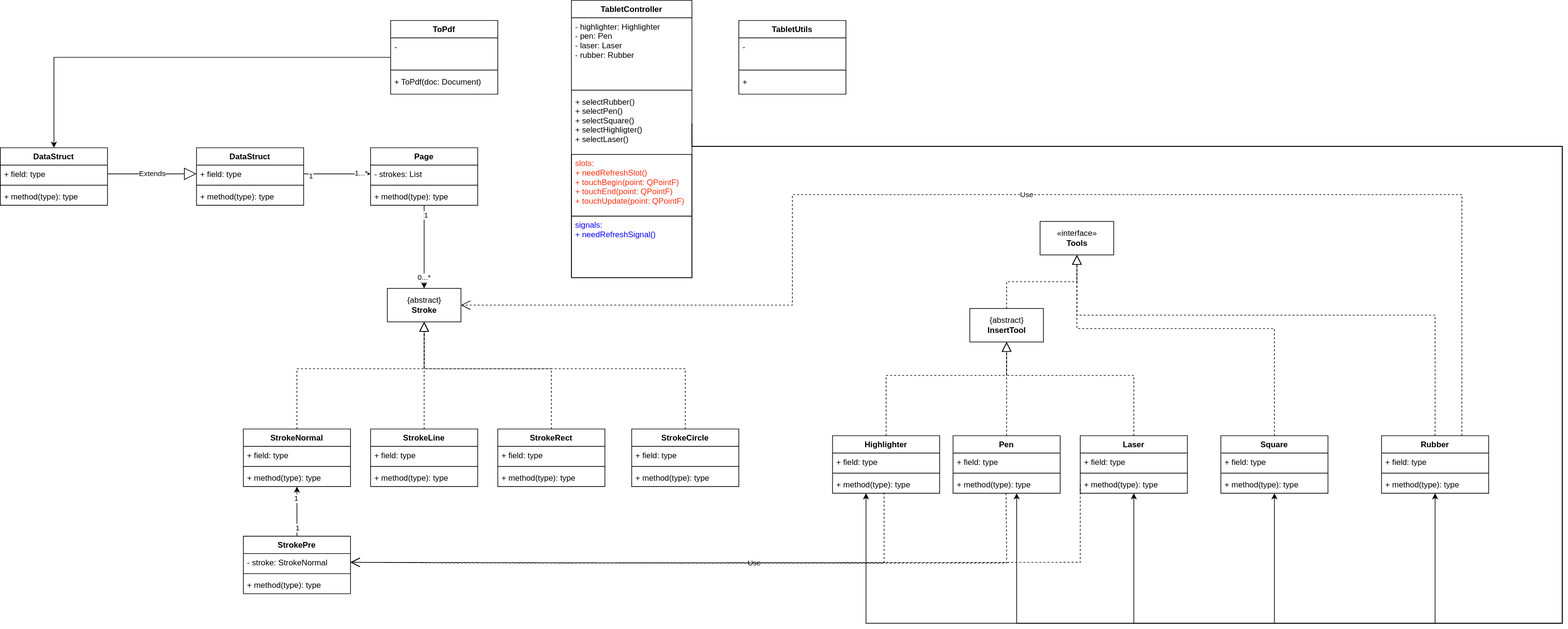
Before: uml/Model.svg, a diagram exported from draw.io (giacomogroppi/ui_qml). Source tidied: cells renumbered, new cells last; positions are measured from the earlier drawing's top-left corner, leaving out a move shared by most shapes.
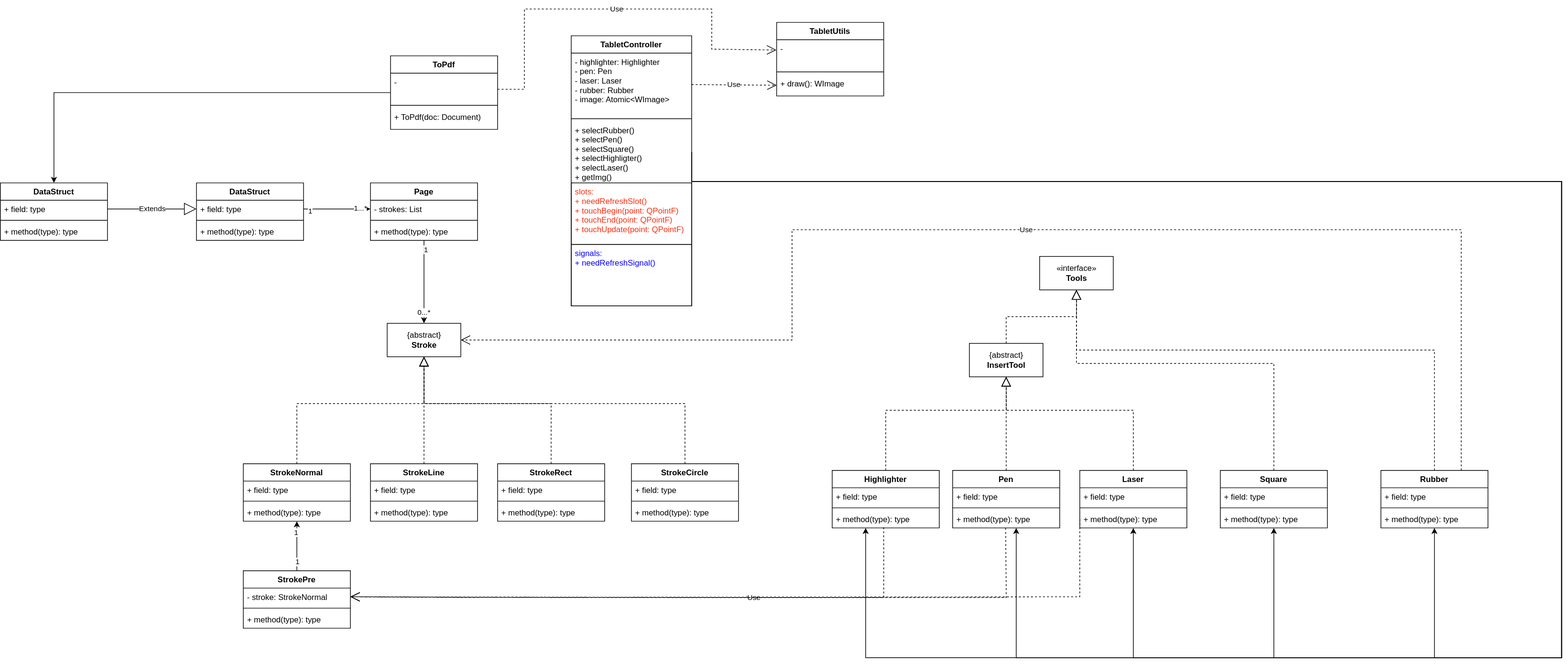
After the change.

Commit message:
mod model

The edit, as a diff of the source:
```diff
@@ -282,22 +282,22 @@
       </mxGeometry>
     </mxCell>
     <mxCell id="71" value="TabletController" style="swimlane;fontStyle=1;align=center;verticalAlign=top;horizontal=1;startSize=26;" parent="1" vertex="1">
-      <mxGeometry x="853" width="180" height="414" as="geometry" />
+      <mxGeometry x="853" width="180" height="404" as="geometry" />
     </mxCell>
-    <mxCell id="72" value="- highlighter: Highlighter&#10;- pen: Pen&#10;- laser: Laser&#10;- rubber: Rubber" style="text;strokeColor=none;fillColor=none;align=left;verticalAlign=top;spacingLeft=4;spacingRight=4;overflow=hidden;points=[[0,0.5],[1,0.5]];portConstraint=eastwest;" parent="71" vertex="1">
-      <mxGeometry y="26" width="180" height="104" as="geometry" />
+    <mxCell id="72" value="- highlighter: Highlighter&#10;- pen: Pen&#10;- laser: Laser&#10;- rubber: Rubber&#10;- image: Atomic&lt;WImage&gt;" style="text;strokeColor=none;fillColor=none;align=left;verticalAlign=top;spacingLeft=4;spacingRight=4;overflow=hidden;points=[[0,0.5],[1,0.5]];portConstraint=eastwest;" parent="71" vertex="1">
+      <mxGeometry y="26" width="180" height="94" as="geometry" />
     </mxCell>
     <mxCell id="73" style="line;strokeWidth=1;fillColor=none;align=left;verticalAlign=middle;spacingTop=-1;spacingLeft=3;spacingRight=3;labelPosition=right;strokeColor=inherit;" parent="71" vertex="1">
-      <mxGeometry y="130" width="180" height="8" as="geometry" />
+      <mxGeometry y="120" width="180" height="8" as="geometry" />
     </mxCell>
-    <mxCell id="74" value="+ selectRubber()&#10;+ selectPen()&#10;+ selectSquare()&#10;+ selectHighligter()&#10;+ selectLaser()" style="text;strokeColor=none;fillColor=none;align=left;verticalAlign=top;spacingLeft=4;spacingRight=4;overflow=hidden;points=[[0,0.5],[1,0.5]];portConstraint=eastwest;" parent="71" vertex="1">
-      <mxGeometry y="138" width="180" height="92" as="geometry" />
+    <mxCell id="74" value="+ selectRubber()&#10;+ selectPen()&#10;+ selectSquare()&#10;+ selectHighligter()&#10;+ selectLaser()&#10;+ getImg()" style="text;strokeColor=none;fillColor=none;align=left;verticalAlign=top;spacingLeft=4;spacingRight=4;overflow=hidden;points=[[0,0.5],[1,0.5]];portConstraint=eastwest;" parent="71" vertex="1">
+      <mxGeometry y="128" width="180" height="92" as="geometry" />
     </mxCell>
     <mxCell id="75" value="slots:&#10;+ needRefreshSlot()&#10;+ touchBegin(point: QPointF)&#10;+ touchEnd(point: QPointF)&#10;+ touchUpdate(point: QPointF)&#10;" style="text;strokeColor=default;fillColor=none;align=left;verticalAlign=top;spacingLeft=4;spacingRight=4;overflow=hidden;fontColor=#FF2D0D;" parent="71" vertex="1">
-      <mxGeometry y="230" width="180" height="92" as="geometry" />
+      <mxGeometry y="220" width="180" height="92" as="geometry" />
     </mxCell>
     <mxCell id="76" value="signals:&#10;+ needRefreshSignal()&#10;" style="text;strokeColor=default;fillColor=none;align=left;verticalAlign=top;spacingLeft=4;spacingRight=4;overflow=hidden;fontColor=#0800FF;" parent="71" vertex="1">
-      <mxGeometry y="322" width="180" height="92" as="geometry" />
+      <mxGeometry y="312" width="180" height="92" as="geometry" />
     </mxCell>
     <mxCell id="77" value="Square" style="swimlane;fontStyle=1;align=center;verticalAlign=top;horizontal=1;startSize=26;" parent="1" vertex="1">
       <mxGeometry x="1823" y="650" width="160" height="86" as="geometry" />
@@ -373,7 +373,7 @@
       </mxGeometry>
     </mxCell>
     <mxCell id="87" value="TabletUtils" style="swimlane;fontStyle=1;align=center;verticalAlign=top;horizontal=1;startSize=26;" parent="1" vertex="1">
-      <mxGeometry x="1103" y="30" width="160" height="110" as="geometry" />
+      <mxGeometry x="1160" y="-20" width="160" height="110" as="geometry" />
     </mxCell>
     <mxCell id="88" value="-&#10;" style="text;strokeColor=none;fillColor=none;align=left;verticalAlign=top;spacingLeft=4;spacingRight=4;overflow=hidden;points=[[0,0.5],[1,0.5]];portConstraint=eastwest;" parent="87" vertex="1">
       <mxGeometry y="26" width="160" height="44" as="geometry" />
@@ -381,7 +381,7 @@
     <mxCell id="89" style="line;strokeWidth=1;fillColor=none;align=left;verticalAlign=middle;spacingTop=-1;spacingLeft=3;spacingRight=3;labelPosition=right;strokeColor=inherit;" parent="87" vertex="1">
       <mxGeometry y="70" width="160" height="8" as="geometry" />
     </mxCell>
-    <mxCell id="90" value="+" style="text;strokeColor=none;fillColor=none;align=left;verticalAlign=top;spacingLeft=4;spacingRight=4;overflow=hidden;points=[[0,0.5],[1,0.5]];portConstraint=eastwest;" parent="87" vertex="1">
+    <mxCell id="90" value="+ draw(): WImage" style="text;strokeColor=none;fillColor=none;align=left;verticalAlign=top;spacingLeft=4;spacingRight=4;overflow=hidden;points=[[0,0.5],[1,0.5]];portConstraint=eastwest;" parent="87" vertex="1">
       <mxGeometry y="78" width="160" height="32" as="geometry" />
     </mxCell>
     <mxCell id="91" style="edgeStyle=orthogonalEdgeStyle;rounded=0;jettySize=auto;html=1;entryX=0.5;entryY=0;entryDx=0;entryDy=0;" parent="1" edge="1" source="92" target="96">
@@ -414,5 +414,19 @@
     <mxCell id="100" value="Extends" style="endArrow=block;endSize=16;endFill=0;html=1;rounded=0;exitX=1;exitY=0.5;exitDx=0;exitDy=0;entryX=0;entryY=0.5;entryDx=0;entryDy=0;" parent="1" edge="1" source="97" target="47">
       <mxGeometry relative="1" as="geometry" />
     </mxCell>
+    <mxCell id="101" value="Use" style="endArrow=open;endSize=12;dashed=1;html=1;rounded=0;exitX=1;exitY=0.5;exitDx=0;exitDy=0;entryX=0;entryY=0.5;entryDx=0;entryDy=0;" parent="1" edge="1" source="72" target="90">
+      <mxGeometry relative="1" as="geometry" />
+    </mxCell>
+    <mxCell id="102" value="Use" style="endArrow=open;endSize=12;dashed=1;html=1;rounded=0;entryX=-0.003;entryY=0.348;entryDx=0;entryDy=0;entryPerimeter=0;" parent="1" edge="1" target="88">
+      <mxGeometry relative="1" as="geometry">
+        <mxPoint x="743" y="80" as="sourcePoint" />
+        <Array as="points">
+          <mxPoint x="783" y="80" />
+          <mxPoint x="783" y="-40" />
+          <mxPoint x="1063" y="-40" />
+          <mxPoint x="1063" y="20" />
+        </Array>
+      </mxGeometry>
+    </mxCell>
   </root>
 </mxGraphModel>
```
